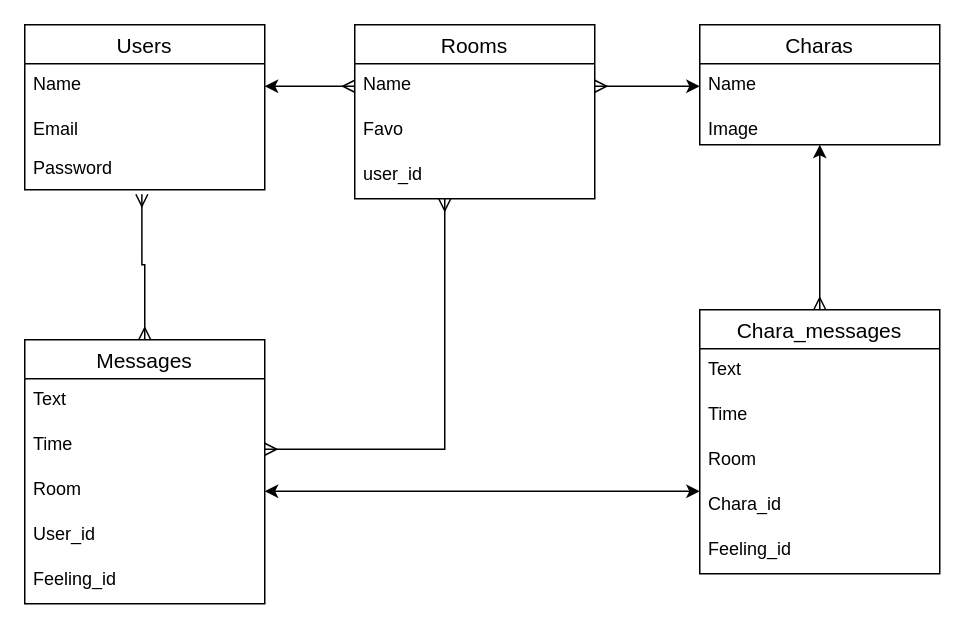
Earlier version of the draw.io diagram er.dio (deratokati88/chat-i). Source tidied: cells renumbered, new cells numbered last; positions are measured from the earlier drawing's top-left corner, leaving out a move shared by most shapes. Both pictures are drawn from the tidied source at 150%, with x=0, y=0 at pixel (24, 24).
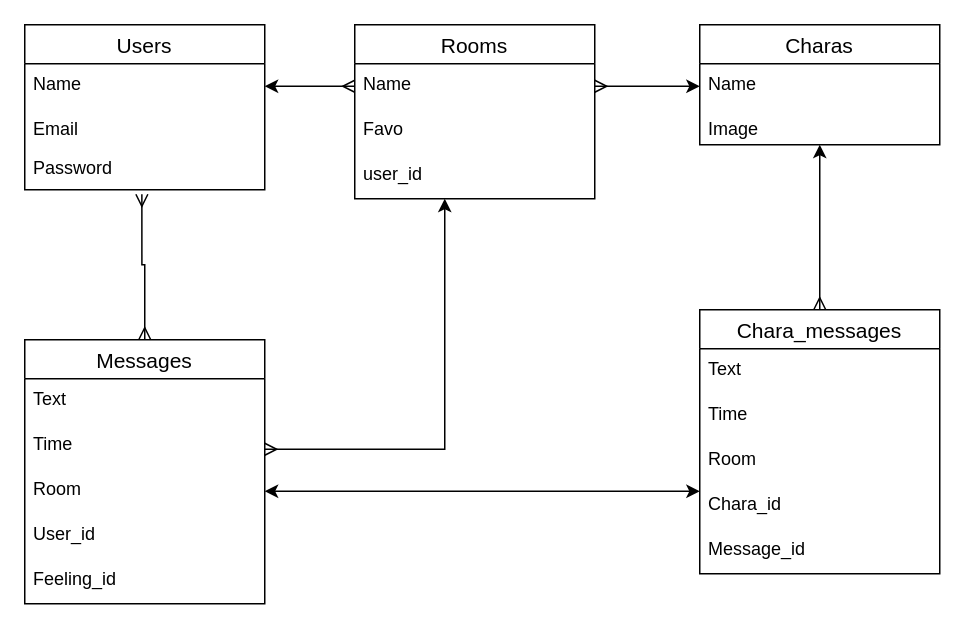
After the change.

The change refers to these unchanged cells:
```xml
<mxCell id="6" value="Rooms" style="swimlane;fontStyle=0;horizontal=1;startSize=26;align=center;fontSize=14;" parent="1" vertex="1">
  <mxGeometry x="220" width="160" height="116" as="geometry" />
</mxCell>
<mxCell id="16" value="Messages" style="swimlane;fontStyle=0;horizontal=1;startSize=26;align=center;fontSize=14;" parent="1" vertex="1">
  <mxGeometry y="210" width="160" height="176" as="geometry" />
</mxCell>
<mxCell id="25" value="Chara_messages" style="swimlane;fontStyle=0;horizontal=1;startSize=26;align=center;fontSize=14;" parent="1" vertex="1">
  <mxGeometry x="450" y="190" width="160" height="176" as="geometry" />
</mxCell>
```

Diff of the diagram source:
```diff
@@
-    <mxCell id="15" style="edgeStyle=orthogonalEdgeStyle;rounded=0;jettySize=auto;html=1;startArrow=ERmany;startFill=0;endArrow=ERmany;endFill=0;" parent="1" edge="1" source="16" target="6">
+    <mxCell id="15" style="edgeStyle=orthogonalEdgeStyle;rounded=0;jettySize=auto;html=1;startArrow=ERmany;startFill=0;endArrow=classic;endFill=1;" parent="1" edge="1" source="16" target="6">
       <mxGeometry relative="1" as="geometry">
         <Array as="points">
           <mxPoint x="280" y="283" />
         </Array>
       </mxGeometry>
     </mxCell>
@@
-    <mxCell id="30" value="Feeling_id" style="text;strokeColor=none;fillColor=none;spacingLeft=4;spacingRight=4;overflow=hidden;fontSize=12;" parent="25" vertex="1">
+    <mxCell id="30" value="Message_id" style="text;strokeColor=none;fillColor=none;spacingLeft=4;spacingRight=4;overflow=hidden;fontSize=12;" parent="25" vertex="1">
       <mxGeometry y="146" width="160" height="30" as="geometry" />
     </mxCell>
```
